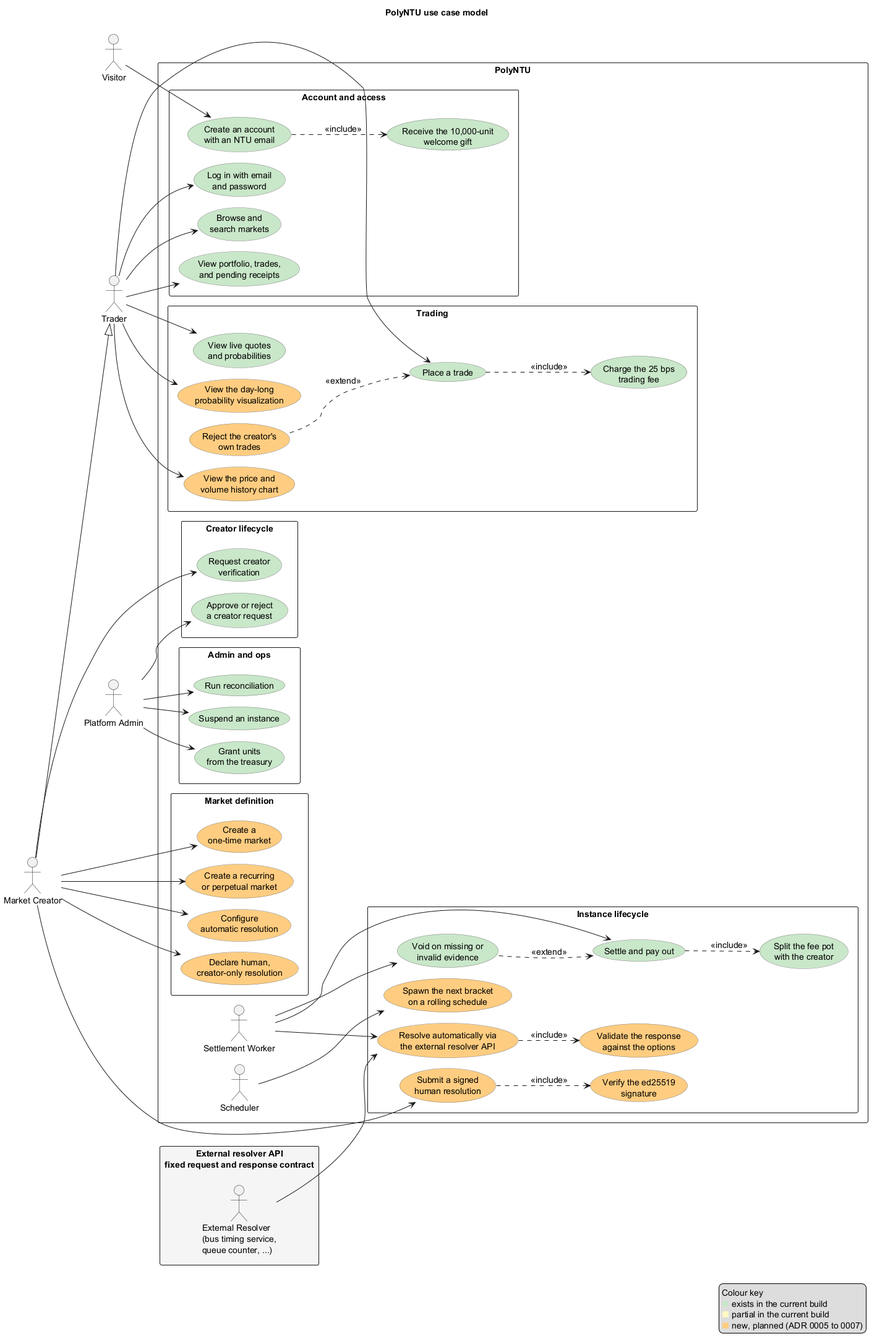
This is docs/diagrams/use-case.png from sagar2377/PolyNTU, a PlantUML export, as it was before one commit.
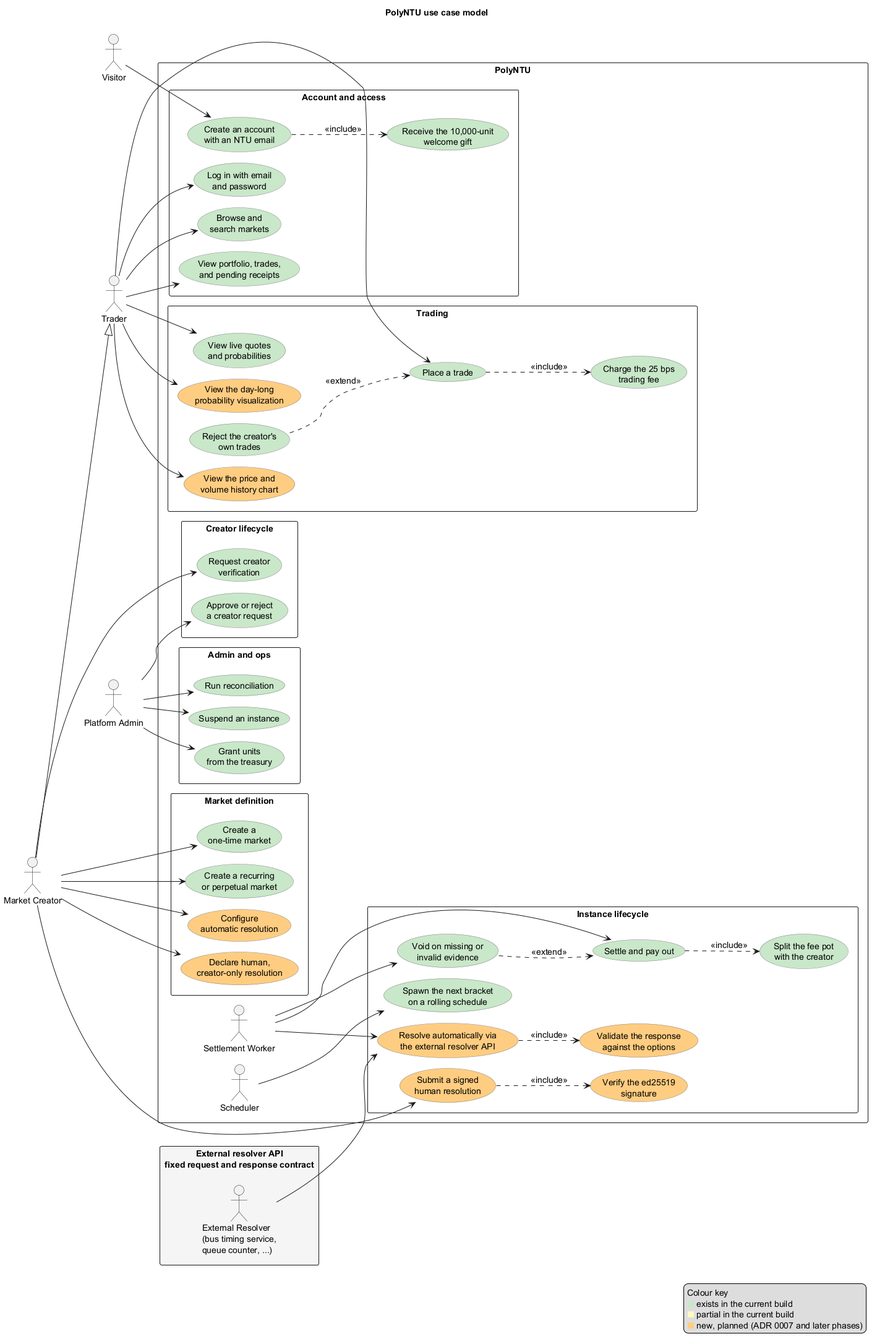
The same file after the commit.

Change to the diagram source:
```diff
@@ -33,14 +33,14 @@
   }
 
   package "Market definition" {
-    usecase "Create a\none-time market" as UC8 #FFCC80
-    usecase "Create a recurring\nor perpetual market" as UC9 #FFCC80
+    usecase "Create a\none-time market" as UC8 #C8E6C9
+    usecase "Create a recurring\nor perpetual market" as UC9 #C8E6C9
     usecase "Configure\nautomatic resolution" as UC10 #FFCC80
     usecase "Declare human,\ncreator-only resolution" as UC11 #FFCC80
   }
 
   package "Instance lifecycle" {
-    usecase "Spawn the next bracket\non a rolling schedule" as UC12 #FFCC80
+    usecase "Spawn the next bracket\non a rolling schedule" as UC12 #C8E6C9
     usecase "Resolve automatically via\nthe external resolver API" as UC13 #FFCC80
     usecase "Validate the response\nagainst the options" as UC13a #FFCC80
     usecase "Submit a signed\nhuman resolution" as UC14 #FFCC80
@@ -55,7 +55,7 @@
     usecase "View the price and\nvolume history chart" as UC19 #FFCC80
     usecase "Place a trade" as UC20 #C8E6C9
     usecase "Charge the 25 bps\ntrading fee" as UC20a #C8E6C9
-    usecase "Reject the creator's\nown trades" as UC20b #FFCC80
+    usecase "Reject the creator's\nown trades" as UC20b #C8E6C9
     usecase "View the day-long\nprobability visualization" as UC21 #FFCC80
   }
 
@@ -109,6 +109,6 @@
   Colour key
   <color:#C8E6C9>■</color> exists in the current build
   <color:#FFF9C4>■</color> partial in the current build
-  <color:#FFCC80>■</color> new, planned (ADR 0005 to 0007)
+  <color:#FFCC80>■</color> new, planned (ADR 0007 and later phases)
 endlegend
 @enduml
```
